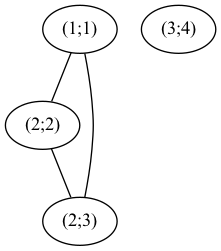
The Graphviz diagram 5/output/graph.dot.png in IvanMurzin/Informatics, before a commit. Its source is kept beside it as 5/output/graph.dot.
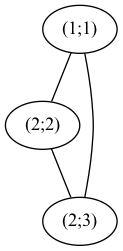
The same diagram one commit later.

The edit, as a diff of the source:
```diff
@@ -8,5 +8,4 @@
  "(2;3)";
  "(2;3)" -- "(1;1)";
  "(2;3)" -- "(2;2)";
- "(3;4)";
 }
```
